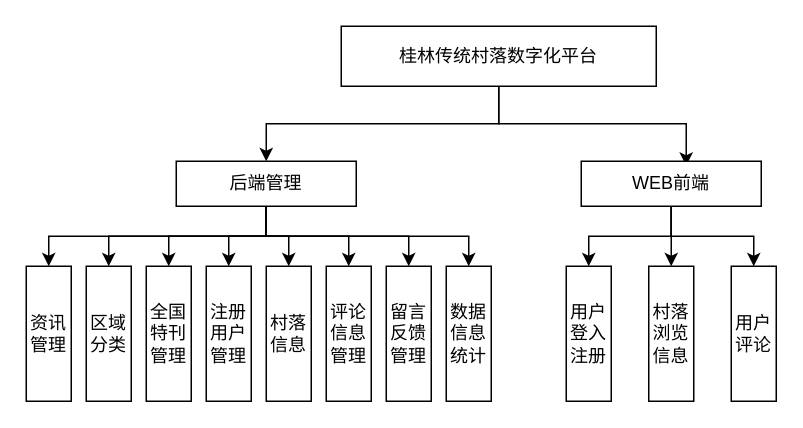
The draw.io diagram page "第 2 页" (2 of 2) of 未命名绘图.drawio in stupidzl/vchat, before the edit. Source tidied: cells renumbered, new cells numbered last; positions are measured from the earlier drawing's top-left corner, leaving out a move shared by most shapes. Both pictures are drawn from the tidied source at 150%, with x=0, y=0 at pixel (26, 26).
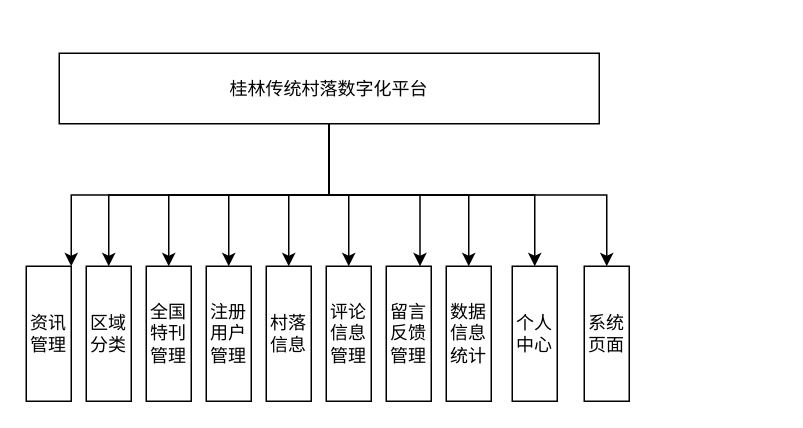
Above is the later version.

Commit message:
更新未命名绘图.drawio

Unchanged cells that the change refers to:
```xml
<mxCell id="18" value="资讯管理" style="rounded=0;whiteSpace=wrap;html=1;" parent="1" vertex="1">
  <mxGeometry y="160" width="30" height="90" as="geometry" />
</mxCell>
<mxCell id="19" value="区域分类" style="rounded=0;whiteSpace=wrap;html=1;" parent="1" vertex="1">
  <mxGeometry x="40" y="160" width="30" height="90" as="geometry" />
</mxCell>
<mxCell id="20" value="全国特刊管理" style="rounded=0;whiteSpace=wrap;html=1;" parent="1" vertex="1">
  <mxGeometry x="80" y="160" width="30" height="90" as="geometry" />
</mxCell>
<mxCell id="21" value="注册用户管理" style="rounded=0;whiteSpace=wrap;html=1;" parent="1" vertex="1">
  <mxGeometry x="120" y="160" width="30" height="90" as="geometry" />
</mxCell>
<mxCell id="22" value="村落信息" style="rounded=0;whiteSpace=wrap;html=1;" parent="1" vertex="1">
  <mxGeometry x="160" y="160" width="30" height="90" as="geometry" />
</mxCell>
<mxCell id="23" value="评论信息管理" style="rounded=0;whiteSpace=wrap;html=1;" parent="1" vertex="1">
  <mxGeometry x="200" y="160" width="30" height="90" as="geometry" />
</mxCell>
<mxCell id="24" value="留言反馈管理" style="rounded=0;whiteSpace=wrap;html=1;" parent="1" vertex="1">
  <mxGeometry x="240" y="160" width="30" height="90" as="geometry" />
</mxCell>
<mxCell id="25" value="数据信息统计" style="rounded=0;whiteSpace=wrap;html=1;" parent="1" vertex="1">
  <mxGeometry x="280" y="160" width="30" height="90" as="geometry" />
</mxCell>
```

Change to the diagram source:
```diff
@@
-    <mxCell id="2" style="edgeStyle=orthogonalEdgeStyle;rounded=0;jettySize=auto;html=1;exitX=0.5;exitY=1;exitDx=0;exitDy=0;entryX=0.5;entryY=0;entryDx=0;entryDy=0;" parent="1" edge="1" source="4" target="17">
-      <mxGeometry relative="1" as="geometry" />
-    </mxCell>
-    <mxCell id="3" style="edgeStyle=orthogonalEdgeStyle;rounded=0;jettySize=auto;html=1;exitX=0.5;exitY=1;exitDx=0;exitDy=0;entryX=0.583;entryY=0.1;entryDx=0;entryDy=0;entryPerimeter=0;" parent="1" edge="1" source="4" target="8">
-      <mxGeometry relative="1" as="geometry" />
-    </mxCell>
+    <mxCell id="29" style="edgeStyle=orthogonalEdgeStyle;rounded=0;jettySize=auto;html=1;entryX=1;entryY=0;entryDx=0;entryDy=0;" parent="1" edge="1" source="4" target="18">
+      <mxGeometry relative="1" as="geometry" />
+    </mxCell>
+    <mxCell id="30" style="edgeStyle=orthogonalEdgeStyle;rounded=0;jettySize=auto;html=1;" parent="1" edge="1" source="4" target="19">
+      <mxGeometry relative="1" as="geometry" />
+    </mxCell>
+    <mxCell id="31" style="edgeStyle=orthogonalEdgeStyle;rounded=0;jettySize=auto;html=1;entryX=0.5;entryY=0;entryDx=0;entryDy=0;" parent="1" edge="1" source="4" target="20">
+      <mxGeometry relative="1" as="geometry" />
+    </mxCell>
+    <mxCell id="32" style="edgeStyle=orthogonalEdgeStyle;rounded=0;jettySize=auto;html=1;exitX=0.5;exitY=1;exitDx=0;exitDy=0;entryX=0.5;entryY=0;entryDx=0;entryDy=0;" parent="1" edge="1" source="4" target="21">
+      <mxGeometry relative="1" as="geometry" />
+    </mxCell>
+    <mxCell id="33" style="edgeStyle=orthogonalEdgeStyle;rounded=0;jettySize=auto;html=1;entryX=0.5;entryY=0;entryDx=0;entryDy=0;" parent="1" edge="1" source="4" target="22">
+      <mxGeometry relative="1" as="geometry" />
+    </mxCell>
+    <mxCell id="34" style="edgeStyle=orthogonalEdgeStyle;rounded=0;jettySize=auto;html=1;exitX=0.5;exitY=1;exitDx=0;exitDy=0;" parent="1" edge="1" source="4" target="23">
+      <mxGeometry relative="1" as="geometry" />
+    </mxCell>
+    <mxCell id="35" style="edgeStyle=orthogonalEdgeStyle;rounded=0;jettySize=auto;html=1;entryX=0.75;entryY=0;entryDx=0;entryDy=0;" parent="1" edge="1" source="4" target="24">
+      <mxGeometry relative="1" as="geometry" />
+    </mxCell>
+    <mxCell id="36" style="edgeStyle=orthogonalEdgeStyle;rounded=0;jettySize=auto;html=1;" parent="1" edge="1" source="4" target="25">
+      <mxGeometry relative="1" as="geometry" />
+    </mxCell>
+    <mxCell id="37" style="edgeStyle=orthogonalEdgeStyle;rounded=0;jettySize=auto;html=1;entryX=0.5;entryY=0;entryDx=0;entryDy=0;" parent="1" edge="1" source="4" target="26">
+      <mxGeometry relative="1" as="geometry" />
+    </mxCell>
+    <mxCell id="38" style="edgeStyle=orthogonalEdgeStyle;rounded=0;jettySize=auto;html=1;entryX=0.5;entryY=0;entryDx=0;entryDy=0;" parent="1" edge="1" source="4" target="39">
+      <mxGeometry relative="1" as="geometry" />
+    </mxCell>
     <mxCell id="4" value="桂林传统村落数字化平台" style="rounded=0;whiteSpace=wrap;html=1;" parent="1" vertex="1">
-      <mxGeometry x="210" width="210" height="40" as="geometry" />
+      <mxGeometry x="22" y="18" width="360" height="47" as="geometry" />
     </mxCell>
-    <mxCell id="5" style="edgeStyle=orthogonalEdgeStyle;rounded=0;jettySize=auto;html=1;entryX=0.5;entryY=0;entryDx=0;entryDy=0;" parent="1" edge="1" source="8" target="26">
-      <mxGeometry relative="1" as="geometry" />
-    </mxCell>
-    <mxCell id="6" style="edgeStyle=orthogonalEdgeStyle;rounded=0;jettySize=auto;html=1;exitX=0.5;exitY=1;exitDx=0;exitDy=0;entryX=0.5;entryY=0;entryDx=0;entryDy=0;" parent="1" edge="1" source="8" target="27">
-      <mxGeometry relative="1" as="geometry" />
-    </mxCell>
-    <mxCell id="7" style="edgeStyle=orthogonalEdgeStyle;rounded=0;jettySize=auto;html=1;exitX=0.5;exitY=1;exitDx=0;exitDy=0;entryX=0.5;entryY=0;entryDx=0;entryDy=0;" parent="1" edge="1" source="8" target="28">
-      <mxGeometry relative="1" as="geometry" />
-    </mxCell>
-    <mxCell id="8" value="WEB前端" style="rounded=0;whiteSpace=wrap;html=1;" parent="1" vertex="1">
-      <mxGeometry x="370" y="90" width="120" height="30" as="geometry" />
-    </mxCell>
-    <mxCell id="9" style="edgeStyle=orthogonalEdgeStyle;rounded=0;jettySize=auto;html=1;exitX=0.5;exitY=1;exitDx=0;exitDy=0;entryX=0.5;entryY=0;entryDx=0;entryDy=0;" parent="1" edge="1" source="17" target="18">
-      <mxGeometry relative="1" as="geometry" />
-    </mxCell>
-    <mxCell id="10" style="edgeStyle=orthogonalEdgeStyle;rounded=0;jettySize=auto;html=1;exitX=0.5;exitY=1;exitDx=0;exitDy=0;" parent="1" edge="1" source="17" target="19">
-      <mxGeometry relative="1" as="geometry" />
-    </mxCell>
-    <mxCell id="11" style="edgeStyle=orthogonalEdgeStyle;rounded=0;jettySize=auto;html=1;exitX=0.5;exitY=1;exitDx=0;exitDy=0;entryX=0.5;entryY=0;entryDx=0;entryDy=0;" parent="1" edge="1" source="17" target="20">
-      <mxGeometry relative="1" as="geometry" />
-    </mxCell>
-    <mxCell id="12" style="edgeStyle=orthogonalEdgeStyle;rounded=0;jettySize=auto;html=1;entryX=0.5;entryY=0;entryDx=0;entryDy=0;" parent="1" edge="1" source="17" target="21">
-      <mxGeometry relative="1" as="geometry" />
-    </mxCell>
-    <mxCell id="13" style="edgeStyle=orthogonalEdgeStyle;rounded=0;jettySize=auto;html=1;exitX=0.5;exitY=1;exitDx=0;exitDy=0;" parent="1" edge="1" source="17" target="22">
-      <mxGeometry relative="1" as="geometry" />
-    </mxCell>
-    <mxCell id="14" style="edgeStyle=orthogonalEdgeStyle;rounded=0;jettySize=auto;html=1;entryX=0.5;entryY=0;entryDx=0;entryDy=0;" parent="1" edge="1" source="17" target="23">
-      <mxGeometry relative="1" as="geometry" />
-    </mxCell>
-    <mxCell id="15" style="edgeStyle=orthogonalEdgeStyle;rounded=0;jettySize=auto;html=1;exitX=0.5;exitY=1;exitDx=0;exitDy=0;entryX=0.5;entryY=0;entryDx=0;entryDy=0;" parent="1" edge="1" source="17" target="24">
-      <mxGeometry relative="1" as="geometry" />
-    </mxCell>
-    <mxCell id="16" style="edgeStyle=orthogonalEdgeStyle;rounded=0;jettySize=auto;html=1;exitX=0.5;exitY=1;exitDx=0;exitDy=0;entryX=0.5;entryY=0;entryDx=0;entryDy=0;" parent="1" edge="1" source="17" target="25">
-      <mxGeometry relative="1" as="geometry" />
-    </mxCell>
-    <mxCell id="17" value="后端管理" style="rounded=0;whiteSpace=wrap;html=1;" parent="1" vertex="1">
-      <mxGeometry x="100" y="90" width="120" height="30" as="geometry" />
-    </mxCell>
@@
-    <mxCell id="26" value="用户登入注册" style="rounded=0;whiteSpace=wrap;html=1;" parent="1" vertex="1">
-      <mxGeometry x="360" y="160" width="30" height="90" as="geometry" />
+    <mxCell id="26" value="个人中心" style="rounded=0;whiteSpace=wrap;html=1;" parent="1" vertex="1">
+      <mxGeometry x="324" y="160" width="30" height="90" as="geometry" />
     </mxCell>
-    <mxCell id="27" value="村落浏览信息" style="rounded=0;whiteSpace=wrap;html=1;" parent="1" vertex="1">
-      <mxGeometry x="415" y="160" width="30" height="90" as="geometry" />
-    </mxCell>
-    <mxCell id="28" value="用户评论" style="rounded=0;whiteSpace=wrap;html=1;" parent="1" vertex="1">
-      <mxGeometry x="470" y="160" width="30" height="90" as="geometry" />
-    </mxCell>
+    <mxCell id="39" value="系统页面" style="rounded=0;whiteSpace=wrap;html=1;" parent="1" vertex="1">
+      <mxGeometry x="372" y="160" width="30" height="90" as="geometry" />
+    </mxCell>
```
